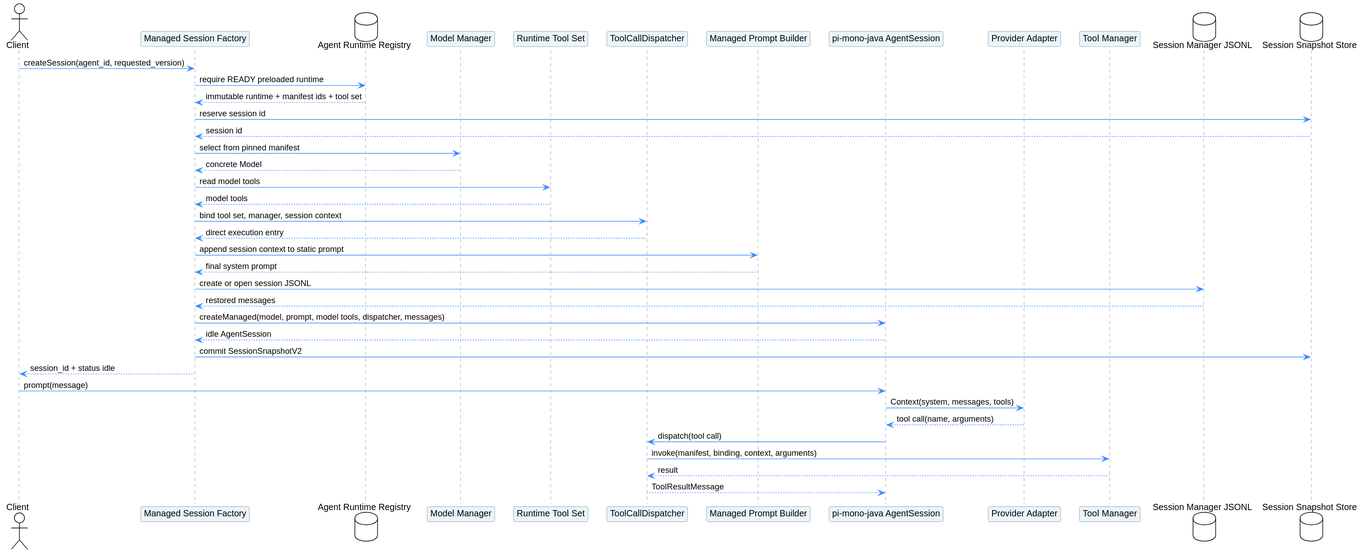
Above: managed-agent-session/pi_session_creation.svg in superheromeZzh/pi-mono-java-design (PlantUML), before the change.
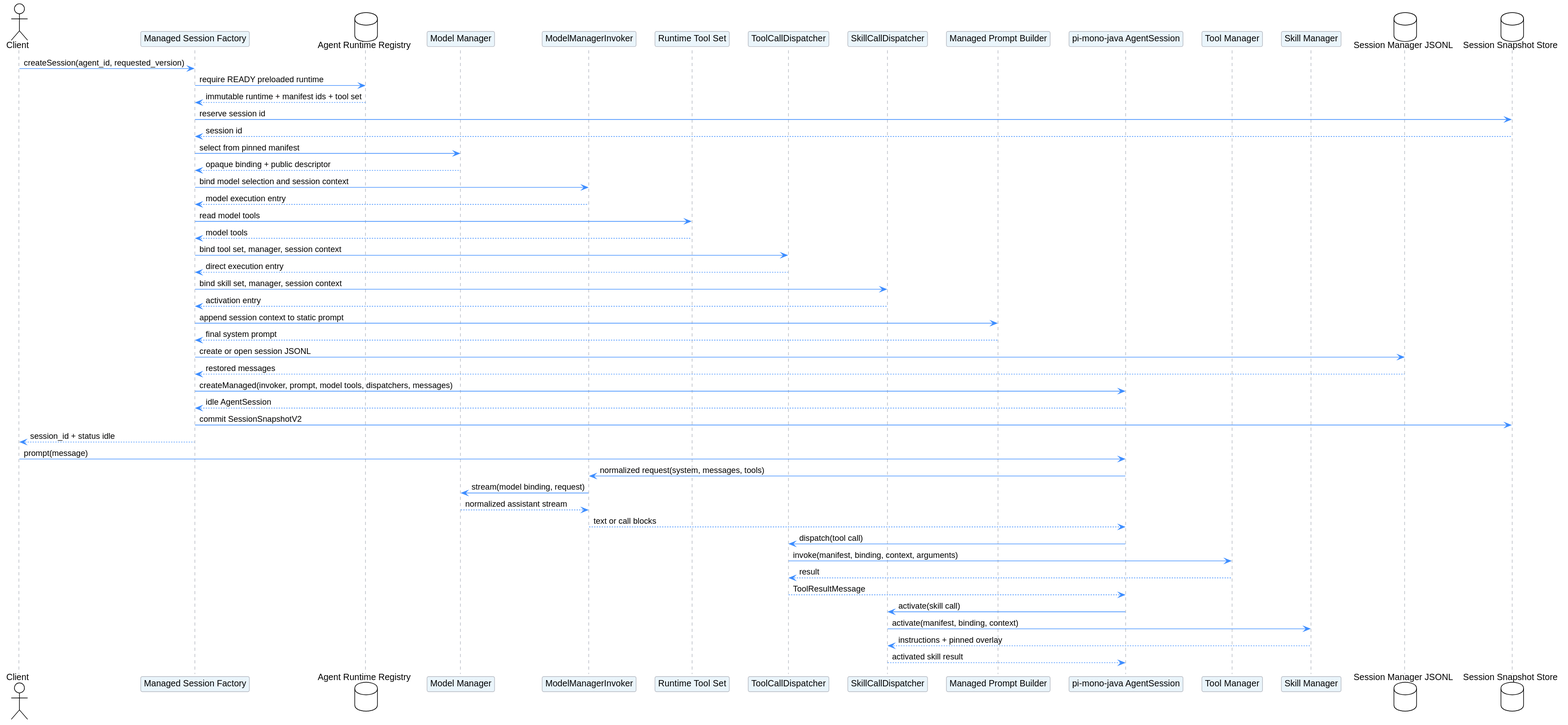
Above is the later version.

Commit message:
docs: define manager-backed agent execution

Diff of the diagram source:
```diff
@@ -12,12 +12,14 @@
 participant "Managed Session Factory" as Factory
 database "Agent Runtime Registry" as Registry
 participant "Model Manager" as ModelManager
+participant "ModelManagerInvoker" as ModelInvoker
 participant "Runtime Tool Set" as ToolSet
 participant "ToolCallDispatcher" as Dispatcher
+participant "SkillCallDispatcher" as SkillDispatcher
 participant "Managed Prompt Builder" as Prompt
 participant "pi-mono-java AgentSession" as JavaSession
-participant "Provider Adapter" as Provider
 participant "Tool Manager" as ToolManager
+participant "Skill Manager" as SkillManager
 database "Session Manager JSONL" as History
 database "Session Snapshot Store" as Store
 
@@ -27,25 +29,35 @@
 Factory -> Store: reserve session id
 Store --> Factory: session id
 Factory -> ModelManager: select from pinned manifest
-ModelManager --> Factory: concrete Model
+ModelManager --> Factory: opaque binding + public descriptor
+Factory -> ModelInvoker: bind model selection and session context
+ModelInvoker --> Factory: model execution entry
 Factory -> ToolSet: read model tools
 ToolSet --> Factory: model tools
 Factory -> Dispatcher: bind tool set, manager, session context
 Dispatcher --> Factory: direct execution entry
+Factory -> SkillDispatcher: bind skill set, manager, session context
+SkillDispatcher --> Factory: activation entry
 Factory -> Prompt: append session context to static prompt
 Prompt --> Factory: final system prompt
 Factory -> History: create or open session JSONL
 History --> Factory: restored messages
-Factory -> JavaSession: createManaged(model, prompt, model tools, dispatcher, messages)
+Factory -> JavaSession: createManaged(invoker, prompt, model tools, dispatchers, messages)
 JavaSession --> Factory: idle AgentSession
 Factory -> Store: commit SessionSnapshotV2
 Factory --> Client: session_id + status idle
 
 Client -> JavaSession: prompt(message)
-JavaSession -> Provider: Context(system, messages, tools)
-Provider --> JavaSession: tool call(name, arguments)
+JavaSession -> ModelInvoker: normalized request(system, messages, tools)
+ModelInvoker -> ModelManager: stream(model binding, request)
+ModelManager --> ModelInvoker: normalized assistant stream
+ModelInvoker --> JavaSession: text or call blocks
 JavaSession -> Dispatcher: dispatch(tool call)
 Dispatcher -> ToolManager: invoke(manifest, binding, context, arguments)
 ToolManager --> Dispatcher: result
 Dispatcher --> JavaSession: ToolResultMessage
+JavaSession -> SkillDispatcher: activate(skill call)
+SkillDispatcher -> SkillManager: activate(manifest, binding, context)
+SkillManager --> SkillDispatcher: instructions + pinned overlay
+SkillDispatcher --> JavaSession: activated skill result
 @enduml
```
